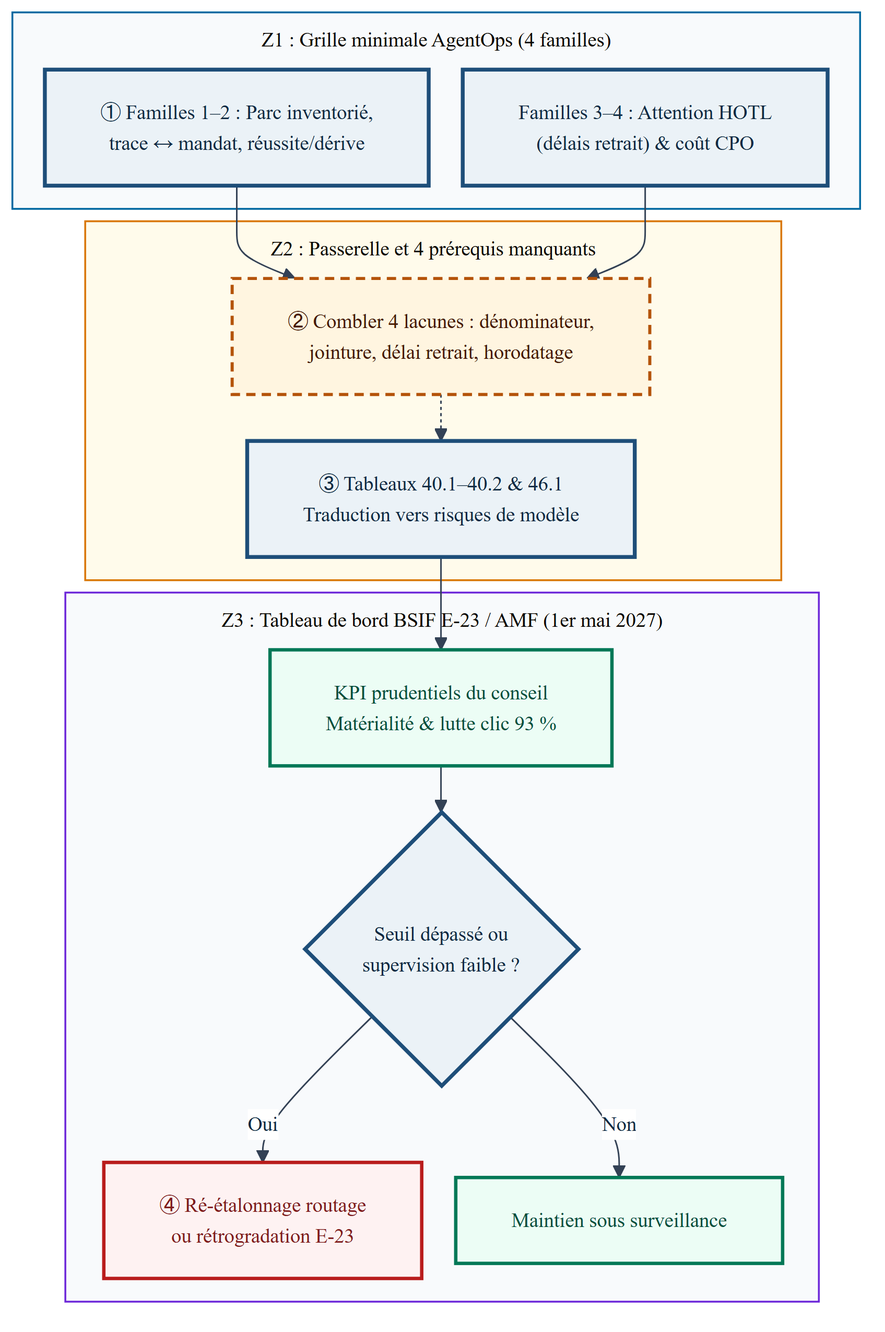
This is Compendium/ouvrage/schemas/rendus/SCH-24-03.png from agbruneau/Agentique, a Mermaid export, as it was before one commit. Its source is kept beside it as Compendium/ouvrage/schemas/SCH-24-03.mmd. Its diagram source:
```mermaid
%%{init: {'theme': 'base', 'themeVariables': {'fontFamily': 'DejaVu Sans', 'fontSize': '13px', 'lineColor': '#334155', 'edgeLabelBackground': '#FFFFFF', 'primaryTextColor': '#0F2942'}, 'flowchart': {'nodeSpacing': 22, 'rankSpacing': 30, 'padding': 18, 'subGraphTitleMargin': {'top': 8, 'bottom': 14}}}}%%
flowchart TD
  subgraph Z1["Z1 : Grille minimale AgentOps (4 familles)"]
    F12["① Familles 1–2 : Parc inventorié,<br/>trace ↔ mandat, réussite/dérive"]:::det
    F34["Familles 3–4 : Attention HOTL<br/>(délais retrait) & coût CPO"]:::det
  end
  subgraph Z2["Z2 : Passerelle et 4 prérequis manquants"]
    GAP["② Combler 4 lacunes : dénominateur,<br/>jointure, délai retrait, horodatage"]:::prob
    MAP["③ Tableaux 40.1–40.2 & 46.1<br/>Traduction vers risques de modèle"]:::det
  end
  subgraph Z3["Z3 : Tableau de bord BSIF E-23 / AMF (1er mai 2027)"]
    KPI["KPI prudentiels du conseil<br/>Matérialité & lutte clic 93 %"]:::ok
    DEC{"Seuil dépassé ou<br/>supervision faible ?"}:::det
    ACT["④ Ré-étalonnage routage<br/>ou rétrogradation E-23"]:::danger
    OK["Maintien sous surveillance"]:::ok
  end
  F12 --> GAP
  F34 --> GAP
  GAP -.-> MAP --> KPI --> DEC
  DEC -->|Oui| ACT
  DEC -->|Non| OK

  classDef det fill:#EBF2F7,stroke:#1E4E79,stroke-width:2.5px,color:#0F2942
  classDef prob fill:#FFF5E0,stroke:#B45309,stroke-width:2px,stroke-dasharray:6 4,color:#451A03
  classDef danger fill:#FEF2F2,stroke:#B91C1C,stroke-width:2.2px,color:#7F1D1D
  classDef ok fill:#ECFDF5,stroke:#047857,stroke-width:2.2px,color:#064E3B
  classDef ext fill:#F3F4F6,stroke:#4B5563,stroke-width:1.5px,color:#111827
  style Z1 fill:#F8FAFC,stroke:#0369A1,stroke-width:1.2px
  style Z2 fill:#FFFBEB,stroke:#D97706,stroke-width:1.2px
  style Z3 fill:#F8FAFC,stroke:#6D28D9,stroke-width:1.2px
```
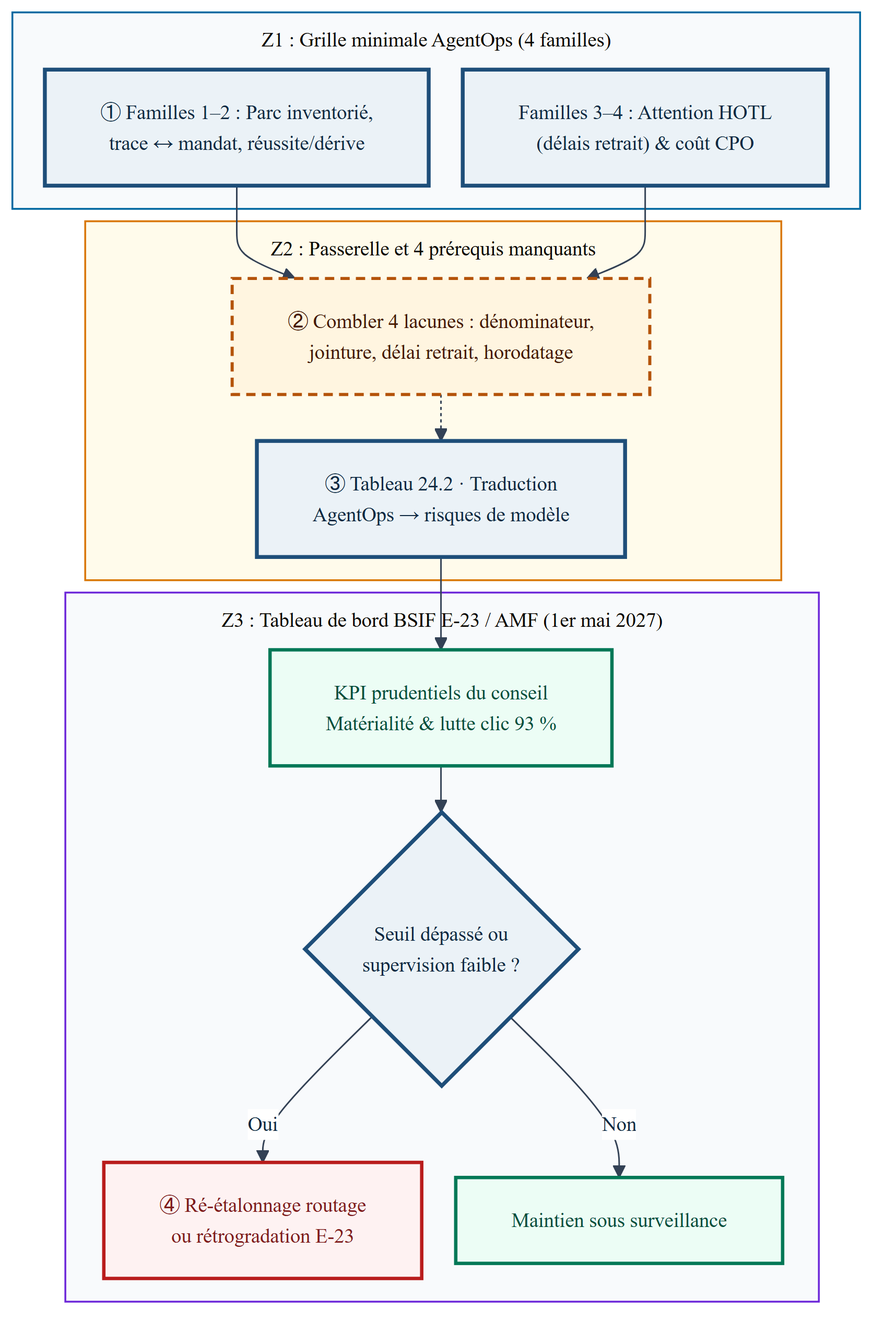
Above is the later version.

Change to the diagram source:
```diff
@@ -6,7 +6,7 @@
   end
   subgraph Z2["Z2 : Passerelle et 4 prérequis manquants"]
     GAP["② Combler 4 lacunes : dénominateur,<br/>jointure, délai retrait, horodatage"]:::prob
-    MAP["③ Tableaux 40.1–40.2 & 46.1<br/>Traduction vers risques de modèle"]:::det
+    MAP["③ Tableau 24.2 · Traduction<br/>AgentOps → risques de modèle"]:::det
   end
   subgraph Z3["Z3 : Tableau de bord BSIF E-23 / AMF (1er mai 2027)"]
     KPI["KPI prudentiels du conseil<br/>Matérialité & lutte clic 93 %"]:::ok
```
